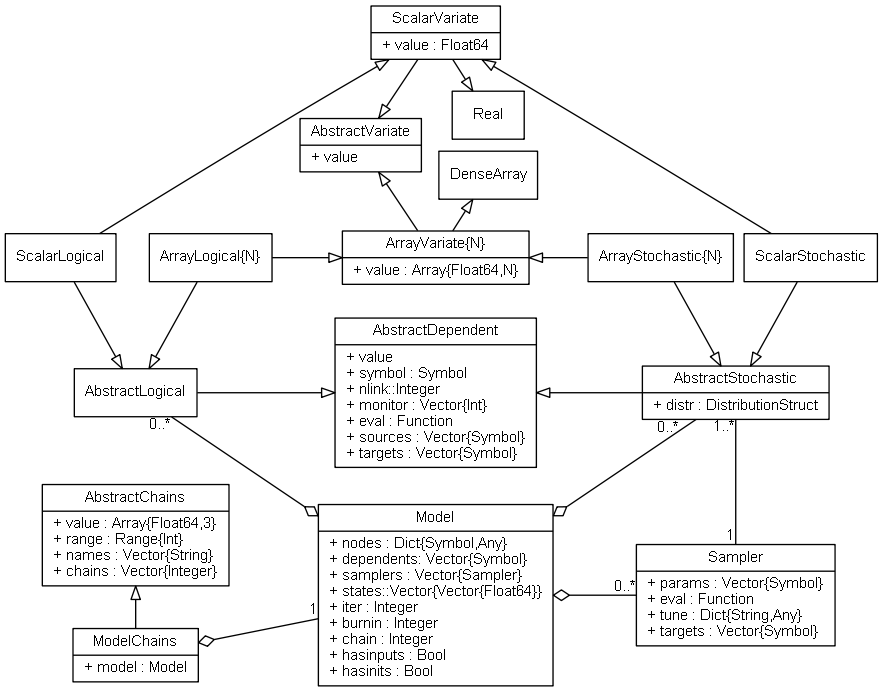
brian-j-smith/Mamba.jl keeps this Graphviz diagram as doc/images/mcmcUML.png. Above is the earlier version. Its source is kept beside it as doc/images/mcmcUML.dot.
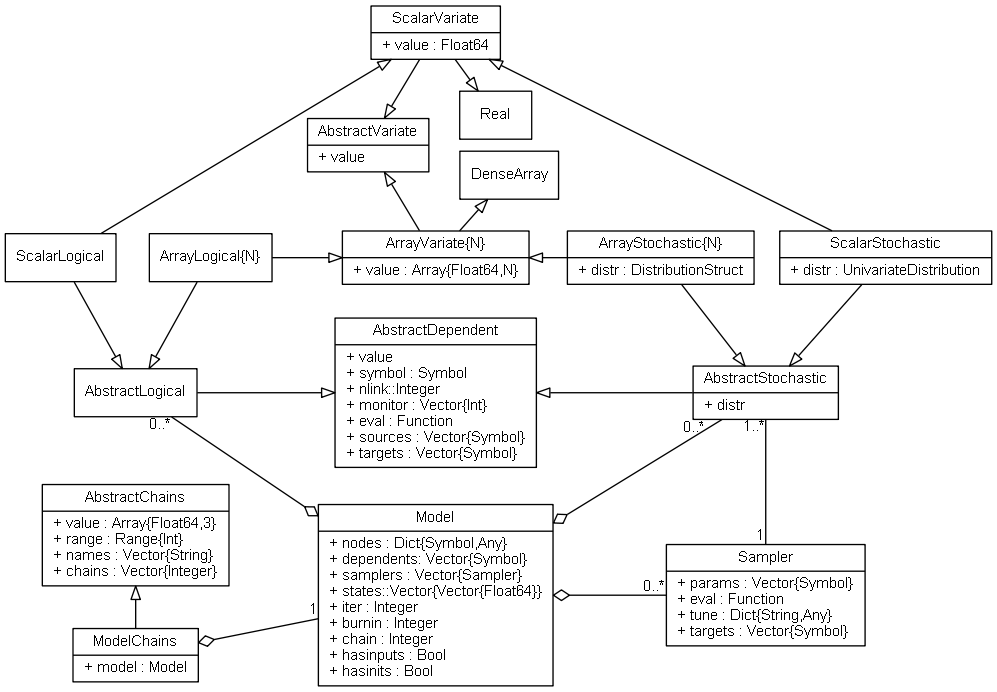
After the commit.

The edit, as a diff of the source:
```diff
@@ -8,33 +8,33 @@
 
     edge [fontname = "Helvetica", fontsize = 11, dir = both, arrowtail = none, arrowhead = none]
 
-    Real [label = "{Real}", pos="310,610"]
+    Real [label = "{Real}", pos="315,610"]
 
-    DenseArray [label = "{DenseArray}", pos="310,570"]
+    DenseArray [label = "{DenseArray}", pos="324,570"]
 
     AbstractDependent [label = "{AbstractDependent|+ value\l+ symbol : Symbol\l+ nlink::Integer\l+ monitor : Vector\{Int\}\l+ eval : Function\l+ sources : Vector\{Symbol\}\l+ targets : Vector\{Symbol\}\l}", pos="275,425"]
 
     AbstractLogical [label = "{AbstractLogical}", pos="75,425"]
 
-    AbstractStochastic [label = "{AbstractStochastic|+ distr : DistributionStruct\l}", pos="475,425"]
+    AbstractStochastic [label = "{AbstractStochastic|+ distr\l}", pos="495,425"]
 
-    AbstractVariate [label = "{AbstractVariate|+ value\l}", pos="225,590"]
+    AbstractVariate [label = "{AbstractVariate|+ value\l}", pos="230,590"]
 
     ArrayLogical [label = "{ArrayLogical\{N\}}", pos="125,515"]
 
-    ArrayStochastic [label = "{ArrayStochastic\{N\}}", pos="425,515"]
+    ArrayStochastic [label = "{ArrayStochastic\{N\}|+ distr : DistributionStruct\l}", pos="425,515"]
 
     ArrayVariate [label = "{ArrayVariate\{N\}|+ value : Array\{Float64,N\}\l}", pos="275,515"]
 
     ScalarLogical [label = "{ScalarLogical}", pos="25,515"]
 
-    ScalarStochastic [label = "{ScalarStochastic}", pos="525,515"]
+    ScalarStochastic [label = "{ScalarStochastic|+ distr : UnivariateDistribution\l}", pos="575,515"]
 
     ScalarVariate [label = "{ScalarVariate|+ value : Float64\l}", pos="275,665"]
 
     Model [label = "{Model|+ nodes : Dict\{Symbol,Any\}\l+ dependents: Vector\{Symbol\}\l+ samplers : Vector\{Sampler\}\l+ states::Vector\{Vector\{Float64\}\}\l+ iter : Integer\l+ burnin : Integer\l+ chain : Integer\l+ hasinputs : Bool\l+ hasinits : Bool\l}", pos="275,290"]
 
-    Sampler [label = "{Sampler|+ params : Vector\{Symbol\}\l+ eval : Function\l+ tune : Dict\{String,Any\}\l+ targets : Vector\{Symbol\}\l}", pos="475,290"]
+    Sampler [label = "{Sampler|+ params : Vector\{Symbol\}\l+ eval : Function\l+ tune : Dict\{String,Any\}\l+ targets : Vector\{Symbol\}\l}", pos="495,290"]
 
     AbstractChains  [label = "{AbstractChains|+ value : Array\{Float64,3\}\l+ range : Range\{Int\}\l+ names : Vector\{String\}\l+ chains : Vector\{Integer\}\l}", pos="75,330"]
 
@@ -60,7 +60,7 @@
     Sampler -- AbstractStochastic [taillabel = "1", headlabel = "1..*"]
     Model -- Sampler [arrowtail = odiamond, headlabel = "0..*"]
     Model -- AbstractLogical [arrowtail = odiamond, headlabel = "0..*"]
-    Model -- AbstractStochastic [arrowtail = odiamond, headlabel = "0..*", labeldistance = 2.2, labelangle = -17]
+    Model -- AbstractStochastic [arrowtail = odiamond, headlabel = "0..*", labeldistance = 2.2, labelangle = -15]
     ModelChains -- Model [arrowtail = odiamond, headlabel = "1"]
 
 }
```
